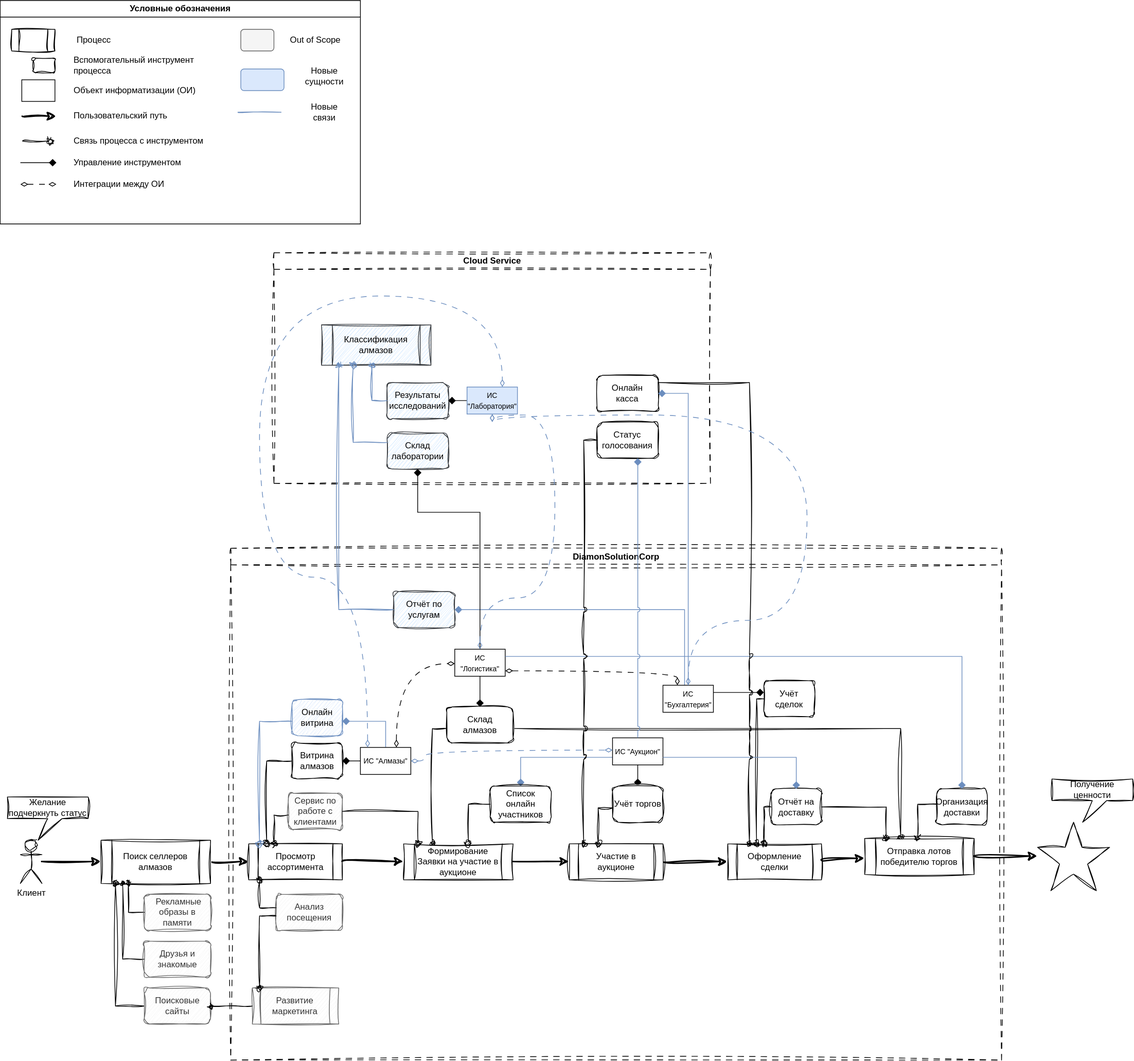
Earlier version of the draw.io export task1/DIamonSolution-TO BE.drawio.svg (SkySai1/Solution-DiamondUniverse). Source tidied: cells renumbered, new cells last; positions are measured from the earlier drawing's top-left corner, leaving out a move shared by most shapes.
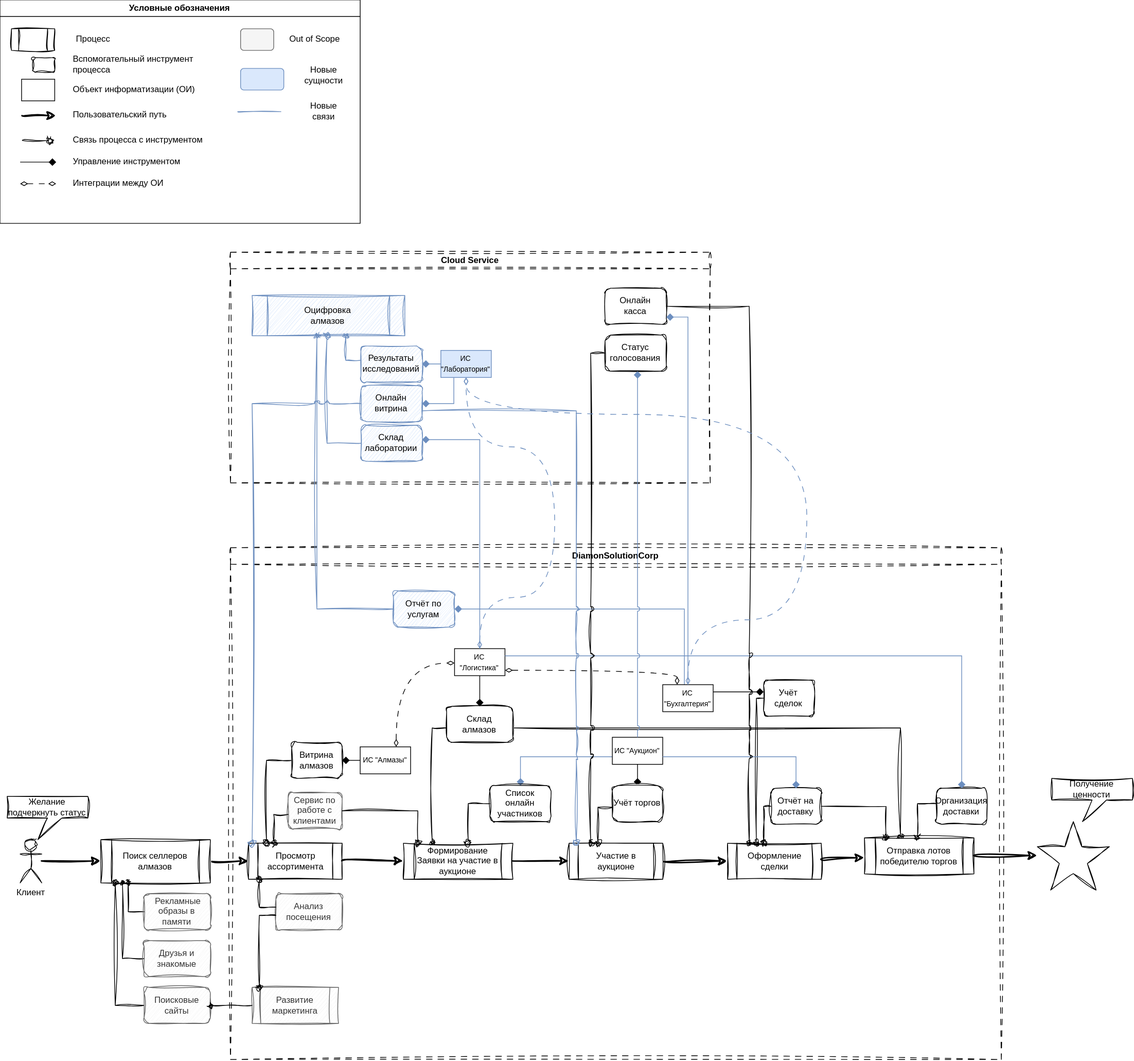
The same file after the commit.

Commit message:
корректировка to be схемы

The edit, as a diff of the source:
```diff
@@ -89,13 +89,6 @@
         </Array>
       </mxGeometry>
     </mxCell>
-    <mxCell id="23" style="edgeStyle=orthogonalEdgeStyle;rounded=0;jettySize=auto;html=1;fontSize=12;startSize=8;endSize=8;endArrow=diamond;endFill=1;fillColor=#dae8fc;strokeColor=#6c8ebf;" parent="13" edge="1" source="24" target="61">
-      <mxGeometry relative="1" as="geometry">
-        <Array as="points">
-          <mxPoint x="215" y="240" />
-        </Array>
-      </mxGeometry>
-    </mxCell>
     <mxCell id="24" value="&lt;font style=&quot;font-size: 10px;&quot;&gt;ИС &quot;Алмазы&quot;&lt;/font&gt;" style="rounded=0;whiteSpace=wrap;html=1;" parent="13" vertex="1">
       <mxGeometry x="180" y="276.2" width="70" height="37.5" as="geometry" />
     </mxCell>
@@ -276,25 +269,7 @@
         </Array>
       </mxGeometry>
     </mxCell>
-    <mxCell id="61" value="Онлайн витрина" style="rounded=1;whiteSpace=wrap;html=1;sketch=1;curveFitting=1;jiggle=2;fillColor=#dae8fc;strokeColor=#6c8ebf;" parent="13" vertex="1">
-      <mxGeometry x="85" y="210" width="70" height="50" as="geometry" />
-    </mxCell>
-    <mxCell id="62" style="edgeStyle=orthogonalEdgeStyle;rounded=0;jettySize=auto;html=1;fontSize=12;startSize=8;endSize=6;endArrow=oval;endFill=1;sketch=1;curveFitting=1;jiggle=2;fillColor=#dae8fc;strokeColor=#6c8ebf;" parent="13" edge="1" source="61" target="16">
-      <mxGeometry relative="1" as="geometry">
-        <Array as="points">
-          <mxPoint x="40" y="240" />
-        </Array>
-      </mxGeometry>
-    </mxCell>
-    <mxCell id="63" style="edgeStyle=orthogonalEdgeStyle;curved=1;rounded=0;jettySize=auto;html=1;fontSize=12;startSize=8;endSize=8;dashed=1;dashPattern=8 8;endArrow=diamondThin;endFill=0;startArrow=diamondThin;startFill=0;fillColor=#dae8fc;strokeColor=#6c8ebf;" parent="13" edge="1" source="24" target="31">
-      <mxGeometry relative="1" as="geometry">
-        <Array as="points">
-          <mxPoint x="270" y="295.1" />
-          <mxPoint x="270" y="280" />
-        </Array>
-      </mxGeometry>
-    </mxCell>
-    <mxCell id="64" value="Отчёт по услугам" style="rounded=1;whiteSpace=wrap;html=1;sketch=1;curveFitting=1;jiggle=2;fillColor=#cce5ff;strokeColor=#36393d;" parent="13" vertex="1">
+    <mxCell id="64" value="Отчёт по услугам" style="rounded=1;whiteSpace=wrap;html=1;sketch=1;curveFitting=1;jiggle=2;fillColor=#dae8fc;strokeColor=#6c8ebf;" parent="13" vertex="1">
       <mxGeometry x="226" y="60" width="85" height="50" as="geometry" />
     </mxCell>
     <mxCell id="65" style="edgeStyle=orthogonalEdgeStyle;rounded=0;jettySize=auto;html=1;fontSize=12;startSize=8;endSize=4;endArrow=oval;endFill=1;sketch=1;curveFitting=1;jiggle=2;" parent="1" edge="1" source="14" target="12">
@@ -395,61 +370,72 @@
       <mxGeometry x="400" y="40" width="75" height="30" as="geometry" />
     </mxCell>
     <mxCell id="90" value="Cloud Service" style="swimlane;whiteSpace=wrap;html=1;sketch=1;curveFitting=1;jiggle=2;dashed=1;dashPattern=8 8;" parent="1" vertex="1">
-      <mxGeometry x="380" y="350" width="606" height="320" as="geometry" />
+      <mxGeometry x="320" y="350" width="666" height="320" as="geometry" />
     </mxCell>
     <mxCell id="91" value="Статус голосования" style="rounded=1;whiteSpace=wrap;html=1;sketch=1;curveFitting=1;jiggle=2;" parent="90" vertex="1">
-      <mxGeometry x="448.5" y="235" width="85" height="50" as="geometry" />
+      <mxGeometry x="520" y="115" width="85" height="50" as="geometry" />
     </mxCell>
     <mxCell id="92" value="Онлайн &lt;br&gt;касса" style="rounded=1;whiteSpace=wrap;html=1;sketch=1;curveFitting=1;jiggle=2;" parent="90" vertex="1">
-      <mxGeometry x="448.5" y="170" width="85" height="50" as="geometry" />
+      <mxGeometry x="520" y="50" width="85" height="50" as="geometry" />
     </mxCell>
-    <mxCell id="93" value="Результаты исследований" style="rounded=1;whiteSpace=wrap;html=1;sketch=1;curveFitting=1;jiggle=2;fillColor=#cce5ff;strokeColor=#36393d;" parent="90" vertex="1">
-      <mxGeometry x="157" y="180" width="85" height="50" as="geometry" />
+    <mxCell id="93" value="Результаты исследований" style="rounded=1;whiteSpace=wrap;html=1;sketch=1;curveFitting=1;jiggle=2;fillColor=#dae8fc;strokeColor=#6c8ebf;" parent="90" vertex="1">
+      <mxGeometry x="181" y="130" width="85" height="50" as="geometry" />
     </mxCell>
-    <mxCell id="94" style="edgeStyle=orthogonalEdgeStyle;rounded=0;jettySize=auto;html=1;fontSize=12;startSize=8;endSize=8;endArrow=diamond;endFill=1;" parent="90" edge="1" source="95" target="93">
+    <mxCell id="94" style="edgeStyle=orthogonalEdgeStyle;rounded=0;jettySize=auto;html=1;fontSize=12;startSize=8;endSize=8;endArrow=diamond;endFill=1;fillColor=#dae8fc;strokeColor=#6c8ebf;" parent="90" edge="1" source="95" target="93">
       <mxGeometry relative="1" as="geometry" />
     </mxCell>
+    <mxCell id="109" style="edgeStyle=orthogonalEdgeStyle;rounded=0;jettySize=auto;html=1;fontSize=12;startSize=8;endSize=8;endArrow=diamond;endFill=1;fillColor=#dae8fc;strokeColor=#6c8ebf;" parent="90" edge="1" source="95" target="61">
+      <mxGeometry relative="1" as="geometry">
+        <Array as="points">
+          <mxPoint x="310" y="210" />
+        </Array>
+      </mxGeometry>
+    </mxCell>
     <mxCell id="95" value="&lt;font style=&quot;font-size: 10px;&quot;&gt;ИС &quot;Лаборатория&quot;&lt;/font&gt;" style="rounded=0;whiteSpace=wrap;html=1;fillColor=#dae8fc;strokeColor=#6c8ebf;" parent="90" vertex="1">
-      <mxGeometry x="268" y="186.2" width="70" height="37.5" as="geometry" />
+      <mxGeometry x="292" y="136.2" width="70" height="37.5" as="geometry" />
     </mxCell>
-    <mxCell id="96" value="Классификация алмазов" style="shape=process;whiteSpace=wrap;html=1;backgroundOutline=1;sketch=1;curveFitting=1;jiggle=2;fillColor=#cce5ff;strokeColor=#36393d;" parent="90" vertex="1">
-      <mxGeometry x="66" y="100" width="152" height="56" as="geometry" />
+    <mxCell id="96" value="Оцифровка &lt;br&gt;алмазов" style="shape=process;whiteSpace=wrap;html=1;backgroundOutline=1;sketch=1;curveFitting=1;jiggle=2;fillColor=#dae8fc;strokeColor=#6c8ebf;" parent="90" vertex="1">
+      <mxGeometry x="30" y="60" width="212" height="56" as="geometry" />
     </mxCell>
     <mxCell id="97" style="edgeStyle=orthogonalEdgeStyle;rounded=0;jettySize=auto;html=1;fontSize=12;startSize=8;endSize=6;endArrow=oval;endFill=1;sketch=1;curveFitting=1;jiggle=2;fillColor=#dae8fc;strokeColor=#6c8ebf;" parent="90" edge="1" source="93" target="96">
       <mxGeometry relative="1" as="geometry">
         <Array as="points">
-          <mxPoint x="136" y="205" />
+          <mxPoint x="160" y="150" />
         </Array>
       </mxGeometry>
     </mxCell>
-    <mxCell id="98" value="Склад лаборатории" style="rounded=1;whiteSpace=wrap;html=1;sketch=1;curveFitting=1;jiggle=2;fillColor=#cce5ff;strokeColor=#36393d;" parent="90" vertex="1">
-      <mxGeometry x="157" y="250" width="85" height="50" as="geometry" />
+    <mxCell id="98" value="Склад лаборатории" style="rounded=1;whiteSpace=wrap;html=1;sketch=1;curveFitting=1;jiggle=2;fillColor=#dae8fc;strokeColor=#6c8ebf;" parent="90" vertex="1">
+      <mxGeometry x="181" y="240" width="85" height="50" as="geometry" />
     </mxCell>
-    <mxCell id="99" style="edgeStyle=orthogonalEdgeStyle;rounded=0;jettySize=auto;html=1;fontSize=12;startSize=8;endSize=6;endArrow=oval;endFill=1;sketch=1;curveFitting=1;jiggle=2;fillColor=#dae8fc;strokeColor=#6c8ebf;" parent="90" edge="1" source="98" target="96">
+    <mxCell id="99" style="edgeStyle=orthogonalEdgeStyle;rounded=0;jettySize=auto;html=1;fontSize=12;startSize=8;endSize=6;endArrow=oval;endFill=1;sketch=1;curveFitting=1;jiggle=2;fillColor=#dae8fc;strokeColor=#6c8ebf;jumpStyle=arc;" parent="90" edge="1" source="98" target="96">
       <mxGeometry relative="1" as="geometry">
         <Array as="points">
-          <mxPoint x="110" y="263" />
+          <mxPoint x="134" y="265" />
         </Array>
       </mxGeometry>
     </mxCell>
+    <mxCell id="61" value="Онлайн витрина" style="rounded=1;whiteSpace=wrap;html=1;sketch=1;curveFitting=1;jiggle=2;fillColor=#dae8fc;strokeColor=#6c8ebf;" parent="90" vertex="1">
+      <mxGeometry x="181" y="185" width="85" height="50" as="geometry" />
+    </mxCell>
     <mxCell id="100" style="edgeStyle=orthogonalEdgeStyle;rounded=0;jettySize=auto;html=1;fontSize=12;startSize=8;endSize=6;endArrow=oval;endFill=1;sketch=1;curveFitting=1;jiggle=2;jumpStyle=arc;" parent="1" edge="1" source="91" target="33">
       <mxGeometry relative="1" as="geometry">
         <Array as="points">
-          <mxPoint x="810" y="610" />
+          <mxPoint x="820" y="850" />
+          <mxPoint x="820" y="850" />
         </Array>
       </mxGeometry>
     </mxCell>
     <mxCell id="101" style="edgeStyle=orthogonalEdgeStyle;rounded=0;jettySize=auto;html=1;fontSize=12;startSize=8;endSize=6;endArrow=oval;endFill=1;sketch=1;curveFitting=1;jiggle=2;jumpStyle=arc;" parent="1" edge="1" source="92" target="36">
       <mxGeometry relative="1" as="geometry">
         <Array as="points">
-          <mxPoint x="1040" y="530" />
+          <mxPoint x="1040" y="425" />
         </Array>
       </mxGeometry>
     </mxCell>
-    <mxCell id="102" style="edgeStyle=orthogonalEdgeStyle;rounded=0;jettySize=auto;html=1;fontSize=12;startSize=8;endSize=8;endArrow=diamond;endFill=1;" parent="1" edge="1" source="42" target="98">
+    <mxCell id="102" style="edgeStyle=orthogonalEdgeStyle;rounded=0;jettySize=auto;html=1;fontSize=12;startSize=8;endSize=8;endArrow=diamond;endFill=1;fillColor=#dae8fc;strokeColor=#6c8ebf;" parent="1" edge="1" source="42" target="98">
       <mxGeometry relative="1" as="geometry">
         <Array as="points">
-          <mxPoint x="666" y="710" />
+          <mxPoint x="666" y="610" />
         </Array>
       </mxGeometry>
     </mxCell>
@@ -464,15 +450,17 @@
     <mxCell id="104" style="edgeStyle=orthogonalEdgeStyle;rounded=0;jettySize=auto;html=1;fontSize=12;startSize=8;endSize=8;endArrow=diamond;endFill=1;fillColor=#dae8fc;strokeColor=#6c8ebf;" parent="1" edge="1" source="46" target="92">
       <mxGeometry relative="1" as="geometry">
         <Array as="points">
-          <mxPoint x="955" y="545" />
+          <mxPoint x="955" y="440" />
         </Array>
       </mxGeometry>
     </mxCell>
     <mxCell id="105" style="edgeStyle=orthogonalEdgeStyle;curved=1;rounded=0;jettySize=auto;html=1;fontSize=12;startSize=8;endSize=8;dashed=1;dashPattern=8 8;endArrow=diamondThin;endFill=0;startArrow=diamondThin;startFill=0;fillColor=#dae8fc;strokeColor=#6c8ebf;" parent="1" edge="1" source="42" target="95">
       <mxGeometry relative="1" as="geometry">
         <Array as="points">
+          <mxPoint x="666" y="828.8" />
           <mxPoint x="770" y="828.8" />
-          <mxPoint x="770" y="575.1" />
+          <mxPoint x="770" y="620" />
+          <mxPoint x="647" y="620" />
         </Array>
       </mxGeometry>
     </mxCell>
@@ -484,22 +472,26 @@
         </Array>
       </mxGeometry>
     </mxCell>
-    <mxCell id="107" style="edgeStyle=orthogonalEdgeStyle;curved=1;rounded=0;jettySize=auto;html=1;fontSize=12;startSize=8;endSize=8;dashed=1;dashPattern=8 8;endArrow=diamondThin;endFill=0;startArrow=diamondThin;startFill=0;fillColor=#dae8fc;strokeColor=#6c8ebf;" parent="1" edge="1" source="24" target="95">
-      <mxGeometry relative="1" as="geometry">
-        <Array as="points">
-          <mxPoint x="510" y="800" />
-          <mxPoint x="360" y="800" />
-          <mxPoint x="360" y="410" />
-          <mxPoint x="697" y="410" />
-        </Array>
-      </mxGeometry>
-    </mxCell>
-    <mxCell id="108" style="edgeStyle=orthogonalEdgeStyle;rounded=0;jettySize=auto;html=1;fontSize=12;startSize=8;endSize=6;endArrow=oval;endFill=1;sketch=1;curveFitting=1;jiggle=2;fillColor=#dae8fc;strokeColor=#6c8ebf;" parent="1" edge="1" source="64" target="96">
+    <mxCell id="108" style="edgeStyle=orthogonalEdgeStyle;rounded=0;jettySize=auto;html=1;fontSize=12;startSize=8;endSize=6;endArrow=oval;endFill=1;sketch=1;curveFitting=1;jiggle=2;fillColor=#dae8fc;strokeColor=#6c8ebf;jumpStyle=arc;" parent="1" edge="1" source="64" target="96">
       <mxGeometry relative="1" as="geometry">
         <Array as="points">
-          <mxPoint x="470" y="845" />
+          <mxPoint x="439.9" y="845" />
         </Array>
       </mxGeometry>
     </mxCell>
+    <mxCell id="62" style="edgeStyle=orthogonalEdgeStyle;rounded=0;jettySize=auto;html=1;fontSize=12;startSize=8;endSize=6;endArrow=oval;endFill=1;sketch=1;curveFitting=1;jiggle=2;fillColor=#dae8fc;strokeColor=#6c8ebf;jumpStyle=arc;" parent="1" edge="1" source="61" target="16">
+      <mxGeometry relative="1" as="geometry">
+        <Array as="points">
+          <mxPoint x="350" y="560" />
+        </Array>
+      </mxGeometry>
+    </mxCell>
+    <mxCell id="110" style="edgeStyle=orthogonalEdgeStyle;rounded=0;jettySize=auto;html=1;fontSize=12;startSize=8;endSize=6;endArrow=oval;endFill=1;sketch=1;curveFitting=1;jiggle=2;fillColor=#dae8fc;strokeColor=#6c8ebf;jumpStyle=arc;" parent="1" edge="1" source="61" target="33">
+      <mxGeometry relative="1" as="geometry">
+        <Array as="points">
+          <mxPoint x="800" y="570" />
+        </Array>
+      </mxGeometry>
+    </mxCell>
   </root>
 </mxGraphModel>
```
